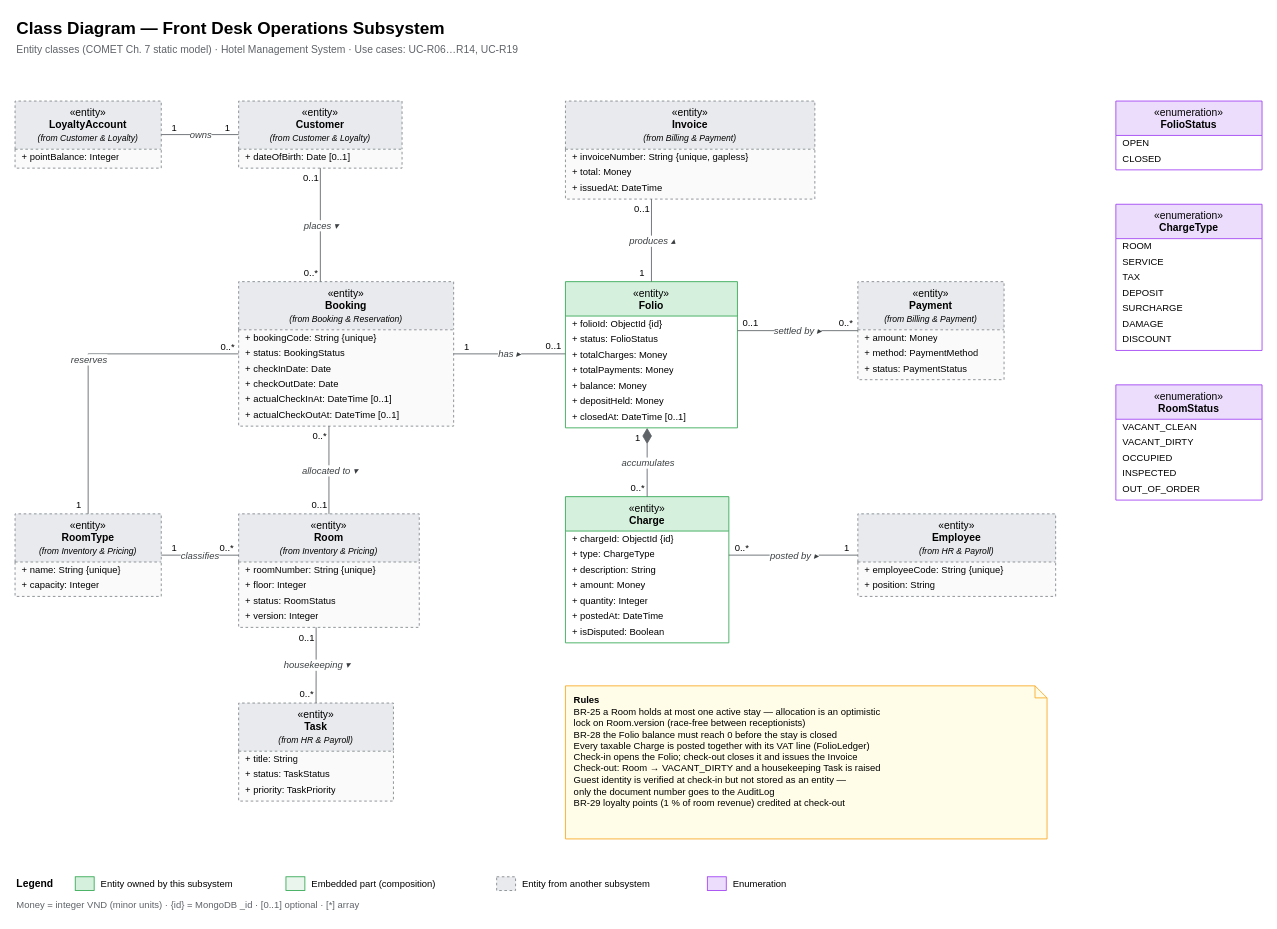
The draw.io diagram diagrams/class_diagrams/03_FrontDesk_Operations_ClassDiagram.drawio in toikobi401/SWD392, before the edit. Source tidied: cells renumbered, new cells numbered last; positions are measured from the earlier drawing's top-left corner, leaving out a move shared by most shapes. Both pictures are drawn from the tidied source at 86%, with x=0, y=0 at pixel (15, 15).
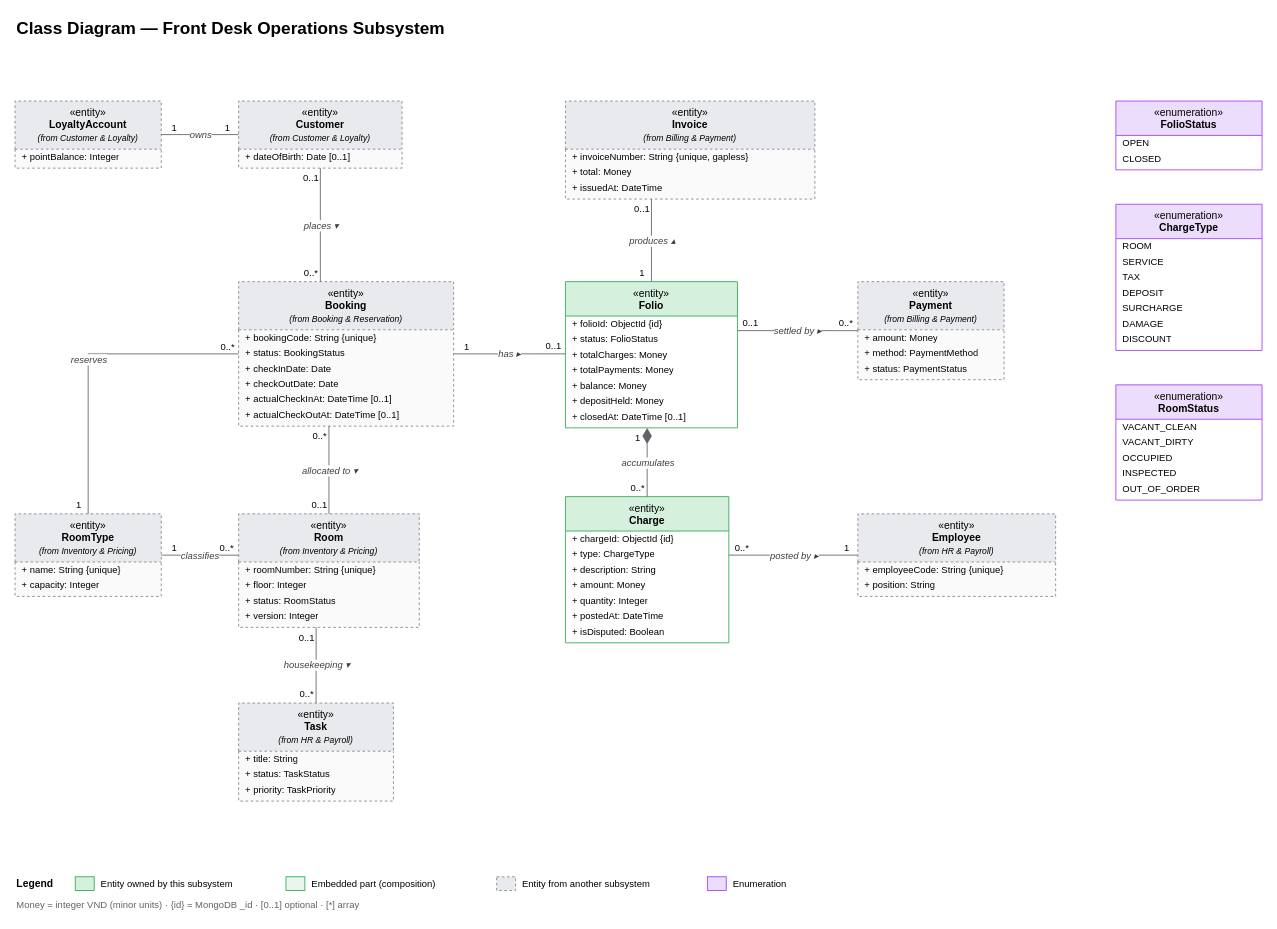
The same page after the edit.

Commit message (it also covers changes not shown here):
modified class diagrams

Change to the diagram source:
```diff
@@
-    <mxCell id="3" value="Entity classes (COMET Ch. 7 static model) · Hotel Management System · Use cases: UC-R06…R14, UC-R19" style="text;html=1;align=left;verticalAlign=middle;fontSize=12;fontColor=#5F6368;strokeColor=none;fillColor=none;" parent="1" vertex="1">
-      <mxGeometry y="30" width="1200" height="22" as="geometry" />
-    </mxCell>
@@
-    <mxCell id="71" value="&lt;b&gt;Rules&lt;/b&gt;&lt;br&gt;BR-25  a Room holds at most one active stay — allocation is an optimistic&lt;br&gt;            lock on Room.version (race-free between receptionists)&lt;br&gt;BR-28  the Folio balance must reach 0 before the stay is closed&lt;br&gt;Every taxable Charge is posted together with its VAT line (FolioLedger)&lt;br&gt;Check-in opens the Folio; check-out closes it and issues the Invoice&lt;br&gt;Check-out: Room → VACANT_DIRTY and a housekeeping Task is raised&lt;br&gt;Guest identity is verified at check-in but not stored as an entity —&lt;br&gt;            only the document number goes to the AuditLog&lt;br&gt;BR-29  loyalty points (1 % of room revenue) credited at check-out" style="shape=note;whiteSpace=wrap;html=1;size=14;align=left;verticalAlign=top;spacingLeft=8;spacingTop=4;fontSize=11;fillColor=#FFFDE7;strokeColor=#F9A825;" parent="1" vertex="1">
-      <mxGeometry x="640" y="780" width="560" height="178" as="geometry" />
-    </mxCell>
```
